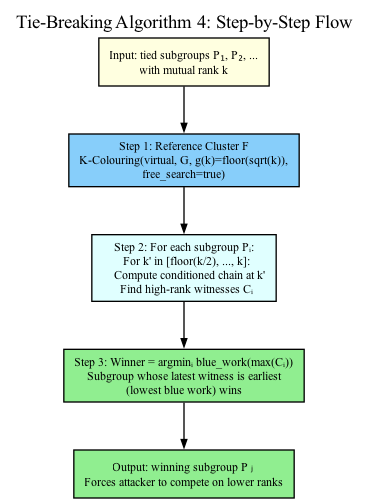
This is png/08-tie-breaking-flow.png from coderofstuff/dk-wiki, a Graphviz export, as it was before one commit. Its source is kept beside it as dot/08-tie-breaking-flow.dot. The source it was exported from:
```dot
digraph tie_breaking_flow {
    rankdir=TB;
    node [shape=box, style=filled, fontsize=9];
    edge [arrowsize=0.6];

    label="Tie-Breaking Algorithm 4: Step-by-Step Flow";
    labelloc=t;

    INPUT [label="Input: tied subgroups P₁, P₂, ...\nwith mutual rank k", fillcolor=lightyellow];

    STEP1 [label="Step 1: Reference Cluster F\nK-Colouring(virtual, G, g(k)=floor(sqrt(k)),\nfree_search=true)", fillcolor=lightskyblue];

    STEP2 [label="Step 2: For each subgroup Pᵢ:\n  For k' in [floor(k/2), ..., k]:\n    Compute conditioned chain at k'\n  Find high-rank witnesses Cᵢ", fillcolor=lightcyan];

    STEP3 [label="Step 3: Winner = argminᵢ blue_work(max(Cᵢ))\nSubgroup whose latest witness is earliest\n(lowest blue work) wins", fillcolor=lightgreen];

    OUTPUT [label="Output: winning subgroup Pⱼ\nForces attacker to compete on lower ranks", fillcolor=lightgreen];

    INPUT -> STEP1 -> STEP2 -> STEP3 -> OUTPUT;
}
```
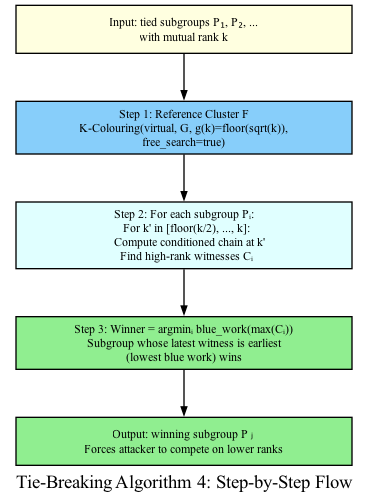
The same file after the commit.

Change to the diagram source:
```diff
@@ -1,20 +1,21 @@
 digraph tie_breaking_flow {
     rankdir=TB;
+    nodesep=0.3;
+    ranksep=0.5;
     node [shape=box, style=filled, fontsize=9];
     edge [arrowsize=0.6];
 
     label="Tie-Breaking Algorithm 4: Step-by-Step Flow";
-    labelloc=t;
 
-    INPUT [label="Input: tied subgroups P₁, P₂, ...\nwith mutual rank k", fillcolor=lightyellow];
+    INPUT [label="Input: tied subgroups P₁, P₂, ...\nwith mutual rank k", fillcolor=lightyellow, width=3.5];
 
-    STEP1 [label="Step 1: Reference Cluster F\nK-Colouring(virtual, G, g(k)=floor(sqrt(k)),\nfree_search=true)", fillcolor=lightskyblue];
+    STEP1 [label="Step 1: Reference Cluster F\nK-Colouring(virtual, G, g(k)=floor(sqrt(k)),\nfree_search=true)", fillcolor=lightskyblue, width=3.5];
 
-    STEP2 [label="Step 2: For each subgroup Pᵢ:\n  For k' in [floor(k/2), ..., k]:\n    Compute conditioned chain at k'\n  Find high-rank witnesses Cᵢ", fillcolor=lightcyan];
+    STEP2 [label="Step 2: For each subgroup Pᵢ:\n  For k' in [floor(k/2), ..., k]:\n    Compute conditioned chain at k'\n  Find high-rank witnesses Cᵢ", fillcolor=lightcyan, width=3.5];
 
-    STEP3 [label="Step 3: Winner = argminᵢ blue_work(max(Cᵢ))\nSubgroup whose latest witness is earliest\n(lowest blue work) wins", fillcolor=lightgreen];
+    STEP3 [label="Step 3: Winner = argminᵢ blue_work(max(Cᵢ))\nSubgroup whose latest witness is earliest\n(lowest blue work) wins", fillcolor=lightgreen, width=3.5];
 
-    OUTPUT [label="Output: winning subgroup Pⱼ\nForces attacker to compete on lower ranks", fillcolor=lightgreen];
+    OUTPUT [label="Output: winning subgroup Pⱼ\nForces attacker to compete on lower ranks", fillcolor=lightgreen, width=3.5];
 
     INPUT -> STEP1 -> STEP2 -> STEP3 -> OUTPUT;
 }
```
